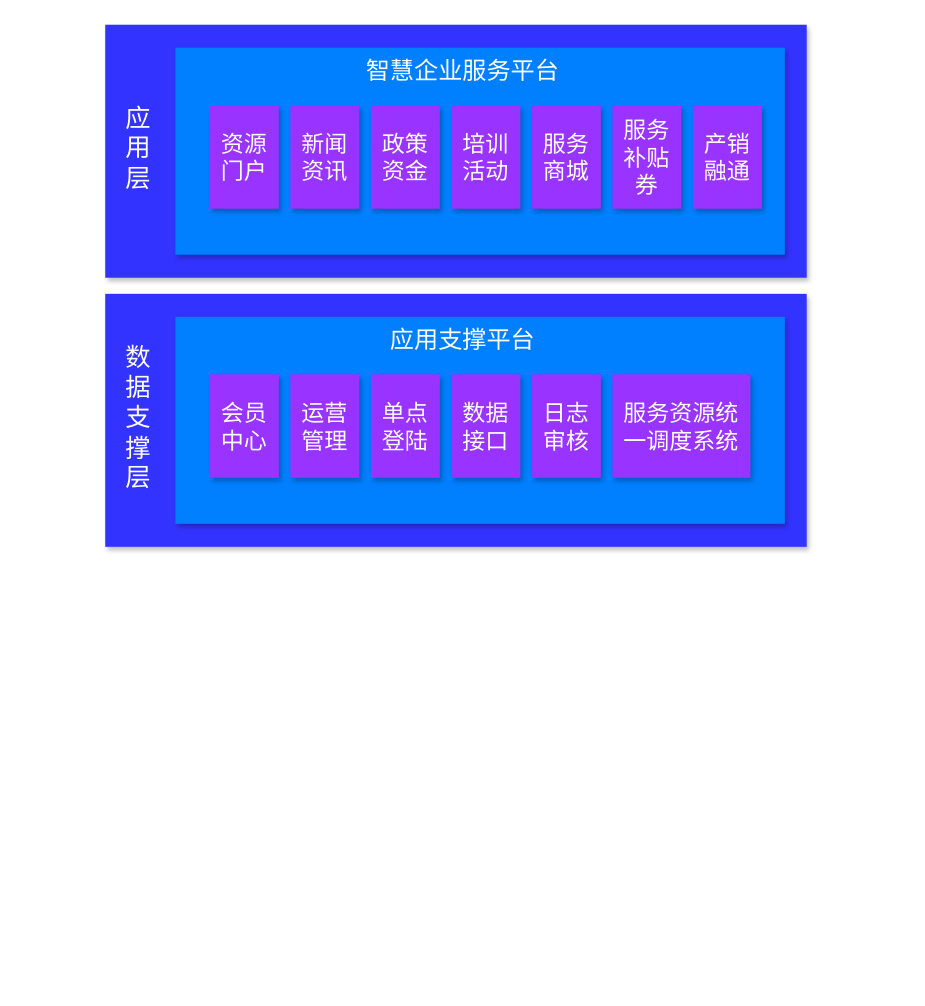
This is framework3.drawio from cjaack2/Images_Repository, a draw.io file, before an edit. Source tidied: cells renumbered, new cells numbered last; positions are measured from the earlier drawing's top-left corner, leaving out a move shared by most shapes. Both pictures are drawn from the tidied source at 115%, with x=0, y=0 at pixel (105, 24).
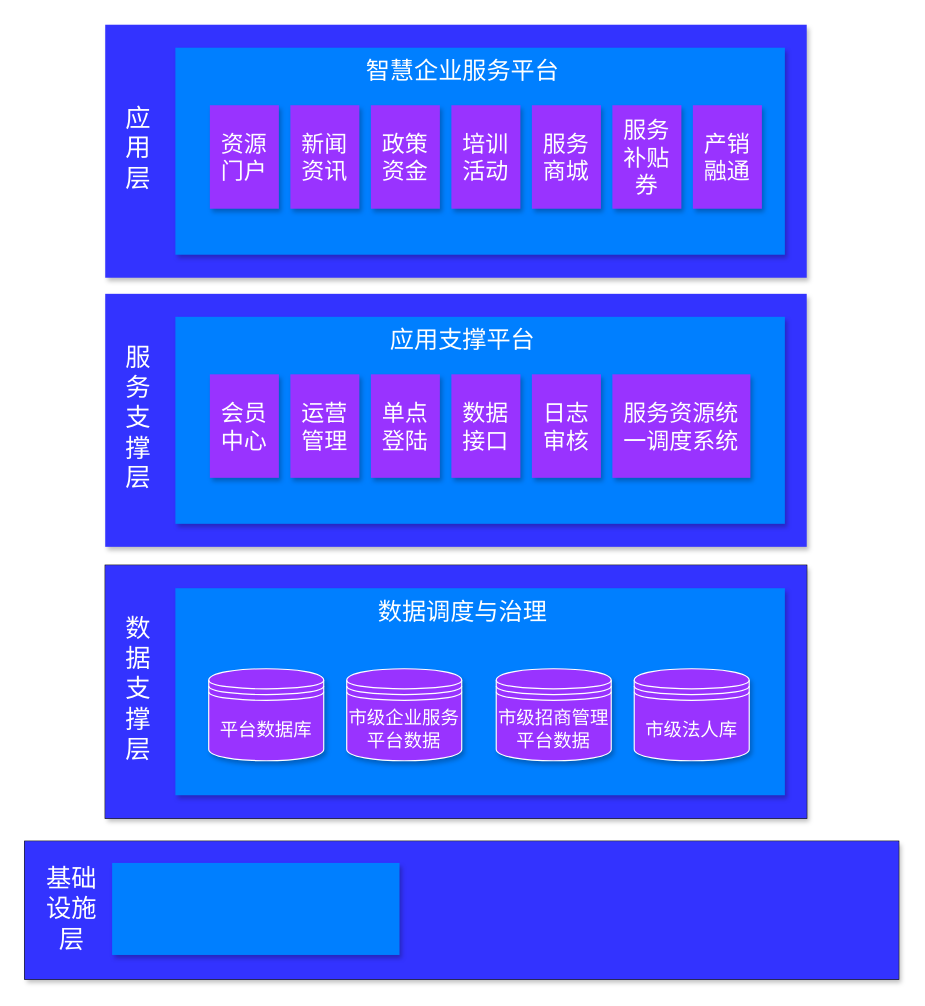
The same diagram, later.

The change refers to these unchanged cells:
```xml
<mxCell id="15" style="group;" parent="1" vertex="1">
  <mxGeometry y="234" width="610" height="220" as="geometry" />
</mxCell>
```

The edit, as a diff of the source:
```diff
@@
-    <mxCell id="17" value="&lt;font color=&quot;#ffffff&quot; style=&quot;font-size: 22px&quot;&gt;数据支撑层&lt;/font&gt;" style="text;html=1;strokeColor=none;fillColor=none;align=center;verticalAlign=middle;whiteSpace=wrap;rounded=0;" parent="15" vertex="1">
+    <mxCell id="17" value="&lt;font color=&quot;#ffffff&quot; style=&quot;font-size: 22px&quot;&gt;服务支撑层&lt;/font&gt;" style="text;html=1;strokeColor=none;fillColor=none;align=center;verticalAlign=middle;whiteSpace=wrap;rounded=0;" parent="15" vertex="1">
       <mxGeometry x="14" y="43" width="30" height="130" as="geometry" />
     </mxCell>
@@
+    <mxCell id="27" style="group;strokeColor=#000000;fontColor=#E6E6E6;" parent="1" vertex="1">
+      <mxGeometry y="470" width="610" height="220" as="geometry" />
+    </mxCell>
+    <mxCell id="28" style="rounded=0;whiteSpace=wrap;html=1;fillColor=#3333FF;strokeColor=none;shadow=1;" parent="27" vertex="1">
+      <mxGeometry width="610" height="220" as="geometry" />
+    </mxCell>
+    <mxCell id="29" value="&lt;font color=&quot;#ffffff&quot; style=&quot;font-size: 22px&quot;&gt;数据支撑层&lt;/font&gt;" style="text;html=1;strokeColor=none;fillColor=none;align=center;verticalAlign=middle;whiteSpace=wrap;rounded=0;" parent="27" vertex="1">
+      <mxGeometry x="14" y="43" width="30" height="130" as="geometry" />
+    </mxCell>
+    <mxCell id="30" style="group;" parent="27" vertex="1">
+      <mxGeometry x="61" y="20" width="530" height="180" as="geometry" />
+    </mxCell>
+    <mxCell id="31" style="rounded=0;whiteSpace=wrap;html=1;fillColor=#007FFF;strokeColor=none;shadow=1;" parent="30" vertex="1">
+      <mxGeometry width="530" height="180" as="geometry" />
+    </mxCell>
+    <mxCell id="32" value="&lt;font color=&quot;#ffffff&quot;&gt;&lt;span style=&quot;font-size: 21px&quot;&gt;数据调度与治理&lt;/span&gt;&lt;/font&gt;" style="text;html=1;strokeColor=none;fillColor=none;align=center;verticalAlign=middle;whiteSpace=wrap;rounded=0;" parent="30" vertex="1">
+      <mxGeometry x="100" y="10" width="300" height="20" as="geometry" />
+    </mxCell>
+    <mxCell id="33" value="&lt;font style=&quot;font-size: 16px&quot; color=&quot;#ffffff&quot;&gt;平台数据库&lt;/font&gt;" style="shape=datastore;whiteSpace=wrap;html=1;shadow=1;fillColor=#9933FF;strokeColor=#FFFFFF;" parent="1" vertex="1">
+      <mxGeometry x="90" y="560" width="100" height="80" as="geometry" />
+    </mxCell>
+    <mxCell id="34" value="&lt;font style=&quot;font-size: 16px&quot; color=&quot;#ffffff&quot;&gt;市级企业服务平台数据&lt;/font&gt;" style="shape=datastore;whiteSpace=wrap;html=1;shadow=1;fillColor=#9933FF;strokeColor=#FFFFFF;" parent="1" vertex="1">
+      <mxGeometry x="210" y="560" width="100" height="80" as="geometry" />
+    </mxCell>
+    <mxCell id="35" value="&lt;font style=&quot;font-size: 16px&quot; color=&quot;#ffffff&quot;&gt;市级招商管理平台数据&lt;/font&gt;" style="shape=datastore;whiteSpace=wrap;html=1;shadow=1;fillColor=#9933FF;strokeColor=#FFFFFF;" parent="1" vertex="1">
+      <mxGeometry x="340" y="560" width="100" height="80" as="geometry" />
+    </mxCell>
+    <mxCell id="36" value="&lt;font style=&quot;font-size: 16px&quot; color=&quot;#ffffff&quot;&gt;市级法人库&lt;/font&gt;" style="shape=datastore;whiteSpace=wrap;html=1;shadow=1;fillColor=#9933FF;strokeColor=#FFFFFF;" parent="1" vertex="1">
+      <mxGeometry x="460" y="560" width="100" height="80" as="geometry" />
+    </mxCell>
+    <mxCell id="37" style="group;strokeColor=#000000;fontColor=#E6E6E6;" parent="1" vertex="1">
+      <mxGeometry x="-70" y="710" width="760" height="120" as="geometry" />
+    </mxCell>
+    <mxCell id="38" style="rounded=0;whiteSpace=wrap;html=1;fillColor=#3333FF;strokeColor=none;shadow=1;" parent="37" vertex="1">
+      <mxGeometry width="760" height="120" as="geometry" />
+    </mxCell>
+    <mxCell id="39" value="&lt;font color=&quot;#ffffff&quot; style=&quot;font-size: 22px&quot;&gt;基础设施层&lt;/font&gt;" style="text;html=1;strokeColor=none;fillColor=none;align=center;verticalAlign=middle;whiteSpace=wrap;rounded=0;" parent="37" vertex="1">
+      <mxGeometry x="8.1" y="23.4" width="65.8" height="70.9" as="geometry" />
+    </mxCell>
+    <mxCell id="40" style="rounded=0;whiteSpace=wrap;html=1;fillColor=#007FFF;strokeColor=none;shadow=1;" parent="37" vertex="1">
+      <mxGeometry x="76" y="18.9" width="249.9" height="80" as="geometry" />
+    </mxCell>
```
